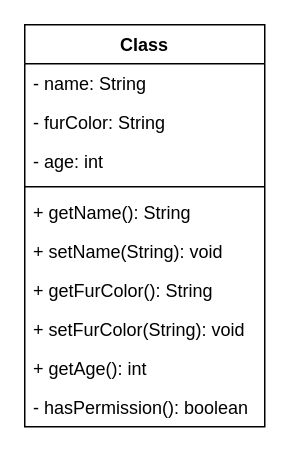
Above: com/cc/java/classdiagram.drawio in Dales92/02a_Classes_Objects (draw.io), before the change. Source tidied: cells renumbered, new cells numbered last; positions are measured from the earlier drawing's top-left corner, leaving out a move shared by most shapes. Both pictures are drawn from the tidied source at 150%, with x=0, y=0 at pixel (24, 24).
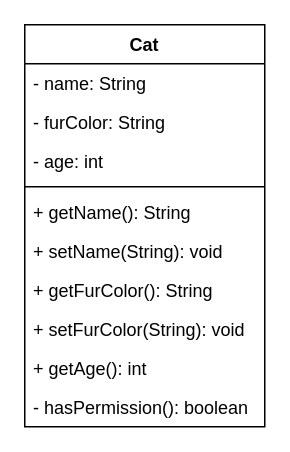
After the change.

Commit message:
Class name ++

The edit, as a diff of the source:
```diff
@@
 <mxGraphModel>
   <root>
     <mxCell id="0" />
     <mxCell id="1" parent="0" />
-    <mxCell id="2" value="Class" style="swimlane;fontStyle=1;align=center;verticalAlign=top;horizontal=1;startSize=26;" parent="1" vertex="1">
+    <mxCell id="2" value="Cat&#10;" style="swimlane;fontStyle=1;align=center;verticalAlign=top;horizontal=1;startSize=26;" parent="1" vertex="1">
       <mxGeometry width="160" height="268" as="geometry" />
     </mxCell>
     <mxCell id="3" value="- name: String" style="text;strokeColor=none;fillColor=none;align=left;verticalAlign=top;spacingLeft=4;spacingRight=4;overflow=hidden;" parent="2" vertex="1">
       <mxGeometry y="26" width="160" height="26" as="geometry" />
     </mxCell>
     <mxCell id="4" value="- furColor: String" style="text;strokeColor=none;fillColor=none;align=left;verticalAlign=top;spacingLeft=4;spacingRight=4;overflow=hidden;" parent="2" vertex="1">
       <mxGeometry y="52" width="160" height="26" as="geometry" />
     </mxCell>
     <mxCell id="5" value="- age: int" style="text;strokeColor=none;fillColor=none;align=left;verticalAlign=top;spacingLeft=4;spacingRight=4;overflow=hidden;" parent="2" vertex="1">
       <mxGeometry y="78" width="160" height="26" as="geometry" />
     </mxCell>
     <mxCell id="6" style="line;strokeWidth=1;fillColor=none;align=left;verticalAlign=middle;spacingTop=-1;spacingLeft=3;spacingRight=3;labelPosition=right;" parent="2" vertex="1">
       <mxGeometry y="104" width="160" height="8" as="geometry" />
     </mxCell>
     <mxCell id="7" value="+ getName(): String" style="text;strokeColor=none;fillColor=none;align=left;verticalAlign=top;spacingLeft=4;spacingRight=4;overflow=hidden;" parent="2" vertex="1">
       <mxGeometry y="112" width="160" height="26" as="geometry" />
     </mxCell>
     <mxCell id="8" value="+ setName(String): void" style="text;strokeColor=none;fillColor=none;align=left;verticalAlign=top;spacingLeft=4;spacingRight=4;overflow=hidden;" parent="2" vertex="1">
       <mxGeometry y="138" width="160" height="26" as="geometry" />
     </mxCell>
     <mxCell id="9" value="+ getFurColor(): String" style="text;strokeColor=none;fillColor=none;align=left;verticalAlign=top;spacingLeft=4;spacingRight=4;overflow=hidden;" parent="2" vertex="1">
       <mxGeometry y="164" width="160" height="26" as="geometry" />
     </mxCell>
     <mxCell id="10" value="+ setFurColor(String): void" style="text;strokeColor=none;fillColor=none;align=left;verticalAlign=top;spacingLeft=4;spacingRight=4;overflow=hidden;" parent="2" vertex="1">
       <mxGeometry y="190" width="160" height="26" as="geometry" />
     </mxCell>
     <mxCell id="11" value="+ getAge(): int" style="text;strokeColor=none;fillColor=none;align=left;verticalAlign=top;spacingLeft=4;spacingRight=4;overflow=hidden;" parent="2" vertex="1">
       <mxGeometry y="216" width="160" height="26" as="geometry" />
     </mxCell>
     <mxCell id="12" value="- hasPermission(): boolean" style="text;strokeColor=none;fillColor=none;align=left;verticalAlign=top;spacingLeft=4;spacingRight=4;overflow=hidden;" parent="2" vertex="1">
       <mxGeometry y="242" width="160" height="26" as="geometry" />
     </mxCell>
   </root>
 </mxGraphModel>
```
